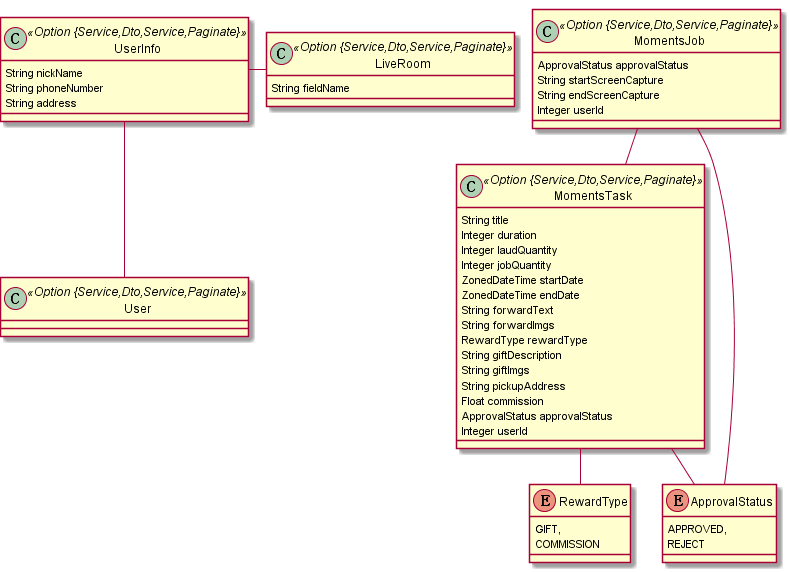
Above: models/uaav1.png in lsfoo/share-task (PlantUML), before the change.
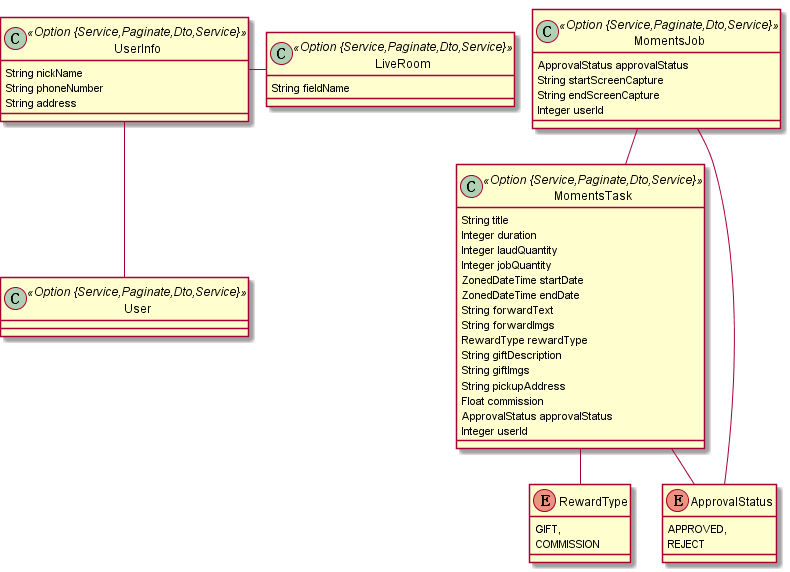
After the commit.

What changed in the source:
```diff
@@ -1,15 +1,15 @@
 @startuml
 	!pragma graphviz_dot jdot
 	!pragma syntax class
-	class UserInfo <<Option {Service,Dto,Service,Paginate}>> {
+	class UserInfo <<Option {Service,Paginate,Dto,Service}>> {
 		String nickName
 		String phoneNumber
 		String address
 	}
-	class LiveRoom <<Option {Service,Dto,Service,Paginate}>> {
+	class LiveRoom <<Option {Service,Paginate,Dto,Service}>> {
 		String fieldName
 	}
-	class MomentsTask <<Option {Service,Dto,Service,Paginate}>> {
+	class MomentsTask <<Option {Service,Paginate,Dto,Service}>> {
 		String title
 		Integer duration
 		Integer laudQuantity
@@ -36,7 +36,7 @@
 		APPROVED,
 		REJECT
 	}
-	class MomentsJob <<Option {Service,Dto,Service,Paginate}>> {
+	class MomentsJob <<Option {Service,Paginate,Dto,Service}>> {
 		ApprovalStatus approvalStatus
 		String startScreenCapture
 		String endScreenCapture
@@ -44,6 +44,6 @@
 	}
 	MomentsJob ..> ApprovalStatus
 	MomentsJob  "task(title) 0..* " o-- "0..1 "  MomentsTask
-	class User <<Option {Service,Dto,Service,Paginate}>> {
+	class User <<Option {Service,Paginate,Dto,Service}>> {
 	}
 @enduml
```
